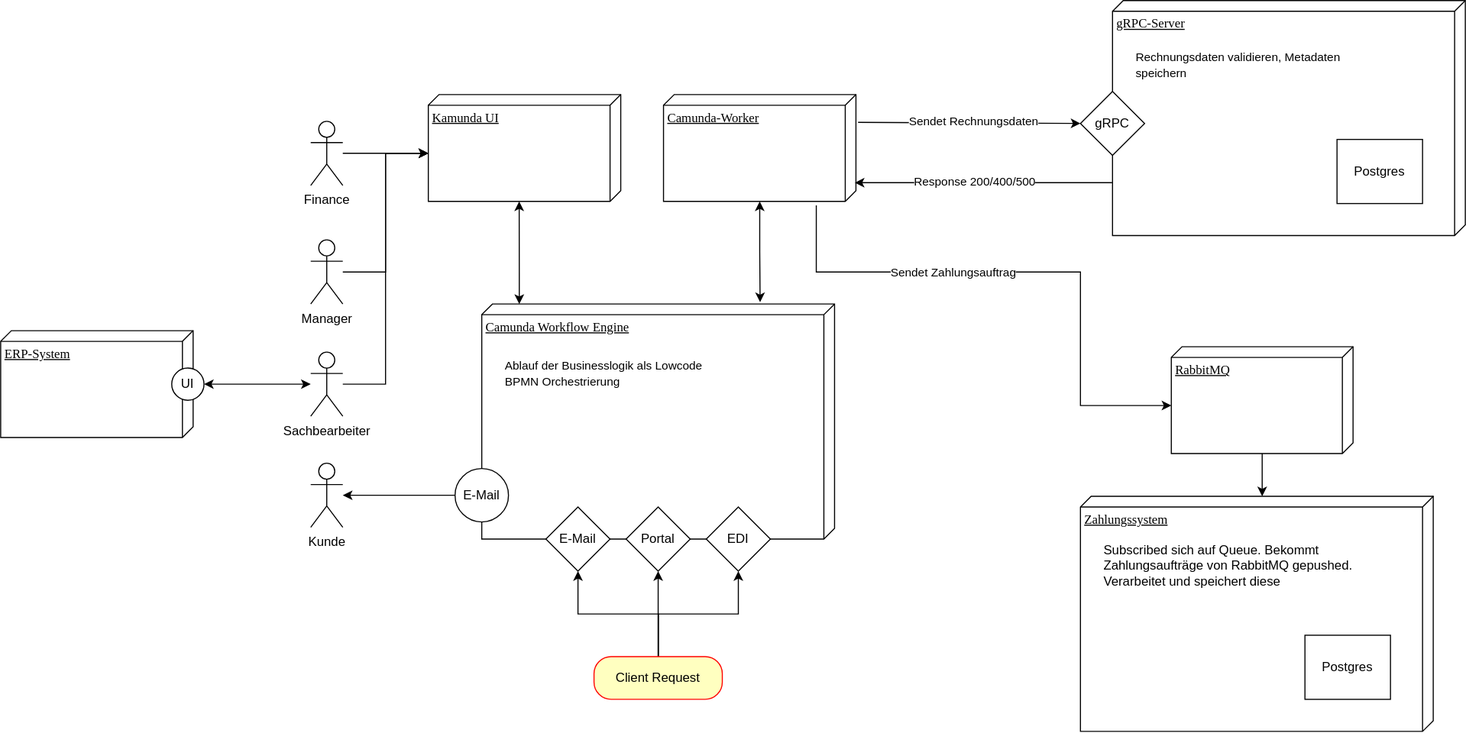
The draw.io diagram DVG-Orchestrierung.drawio.svg in jonahdoll/rechnungsbearbeitung, before a commit. Source tidied: cells renumbered, new cells last; positions are measured from the earlier drawing's top-left corner, leaving out a move shared by most shapes.
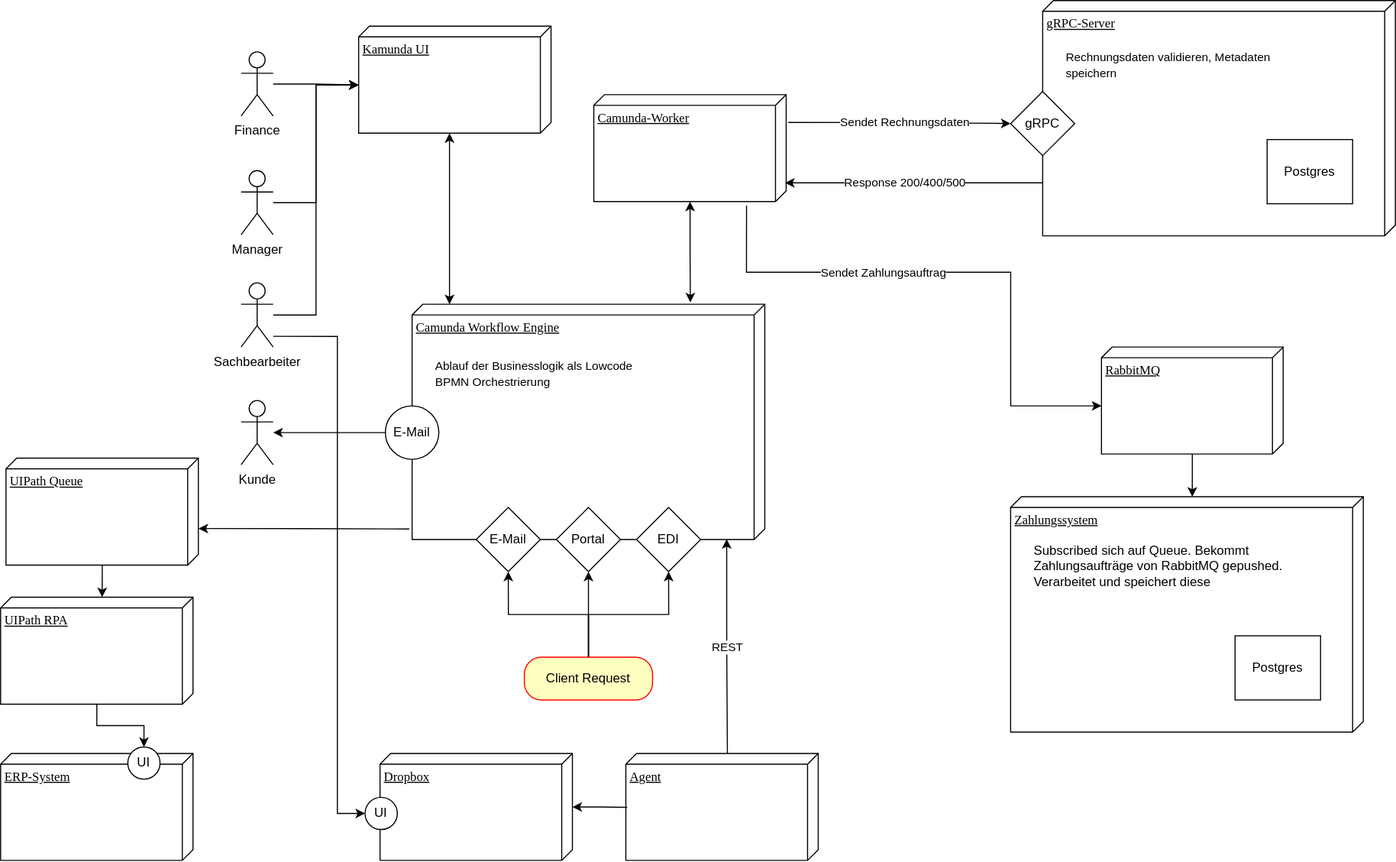
The same diagram one commit later.

What changed in the source:
```diff
@@ -51,7 +51,7 @@
       <mxGeometry x="210" y="190" width="60" height="60" as="geometry" />
     </mxCell>
     <mxCell id="18" value="E-Mail" style="ellipse;whiteSpace=wrap;html=1;" parent="12" vertex="1">
-      <mxGeometry x="-25" y="154" width="50" height="50" as="geometry" />
+      <mxGeometry x="-25" y="95" width="50" height="50" as="geometry" />
     </mxCell>
     <mxCell id="19" style="edgeStyle=orthogonalEdgeStyle;rounded=0;jettySize=auto;html=1;entryX=0.5;entryY=1;entryDx=0;entryDy=0;fillColor=light-dark(transparent,#99FF33);strokeColor=light-dark(#000000,#99FF33);" parent="1" edge="1" source="22" target="16">
       <mxGeometry relative="1" as="geometry" />
@@ -79,12 +79,12 @@
       <mxGeometry relative="1" as="geometry" />
     </mxCell>
     <mxCell id="26" value="Kunde" style="shape=umlActor;verticalLabelPosition=bottom;verticalAlign=top;html=1;outlineConnect=0;" parent="1" vertex="1">
-      <mxGeometry x="290" y="433" width="30" height="60" as="geometry" />
+      <mxGeometry x="290" y="374" width="30" height="60" as="geometry" />
     </mxCell>
     <mxCell id="27" style="edgeStyle=orthogonalEdgeStyle;rounded=0;jettySize=auto;html=1;exitX=0;exitY=0.5;exitDx=0;exitDy=0;" parent="1" edge="1" source="18" target="26">
       <mxGeometry relative="1" as="geometry" />
     </mxCell>
-    <mxCell id="28" style="edgeStyle=orthogonalEdgeStyle;rounded=0;jettySize=auto;html=1;entryX=0;entryY=0;entryDx=55;entryDy=170;entryPerimeter=0;exitX=1.037;exitY=0.206;exitDx=0;exitDy=0;exitPerimeter=0;" parent="1" edge="1" source="39" target="2">
+    <mxCell id="28" style="edgeStyle=orthogonalEdgeStyle;rounded=0;jettySize=auto;html=1;entryX=0;entryY=0;entryDx=55;entryDy=170;entryPerimeter=0;exitX=1.037;exitY=0.206;exitDx=0;exitDy=0;exitPerimeter=0;" parent="1" edge="1" source="38" target="2">
       <mxGeometry relative="1" as="geometry">
         <Array as="points">
           <mxPoint x="763" y="254" />
@@ -98,55 +98,94 @@
         <mxPoint x="-72" y="1" as="offset" />
       </mxGeometry>
     </mxCell>
-    <mxCell id="30" style="edgeStyle=orthogonalEdgeStyle;rounded=0;jettySize=auto;html=1;entryX=1;entryY=0.5;entryDx=0;entryDy=0;startArrow=classic;startFill=1;" parent="1" edge="1" source="31" target="44">
-      <mxGeometry relative="1" as="geometry" />
+    <mxCell id="30" value="Sachbearbeiter" style="shape=umlActor;verticalLabelPosition=bottom;verticalAlign=top;html=1;outlineConnect=0;" parent="1" vertex="1">
+      <mxGeometry x="290" y="264" width="30" height="60" as="geometry" />
     </mxCell>
-    <mxCell id="31" value="Sachbearbeiter" style="shape=umlActor;verticalLabelPosition=bottom;verticalAlign=top;html=1;outlineConnect=0;" parent="1" vertex="1">
-      <mxGeometry x="290" y="329" width="30" height="60" as="geometry" />
+    <mxCell id="31" value="Manager" style="shape=umlActor;verticalLabelPosition=bottom;verticalAlign=top;html=1;outlineConnect=0;" parent="1" vertex="1">
+      <mxGeometry x="290" y="159" width="30" height="60" as="geometry" />
     </mxCell>
-    <mxCell id="32" value="Manager" style="shape=umlActor;verticalLabelPosition=bottom;verticalAlign=top;html=1;outlineConnect=0;" parent="1" vertex="1">
-      <mxGeometry x="290" y="224" width="30" height="60" as="geometry" />
+    <mxCell id="32" value="Finance" style="shape=umlActor;verticalLabelPosition=bottom;verticalAlign=top;html=1;outlineConnect=0;" parent="1" vertex="1">
+      <mxGeometry x="290" y="48" width="30" height="60" as="geometry" />
     </mxCell>
-    <mxCell id="33" value="Finance" style="shape=umlActor;verticalLabelPosition=bottom;verticalAlign=top;html=1;outlineConnect=0;" parent="1" vertex="1">
-      <mxGeometry x="290" y="113" width="30" height="60" as="geometry" />
+    <mxCell id="33" value="Kamunda UI" style="verticalAlign=top;align=left;spacingTop=8;spacingLeft=2;spacingRight=12;shape=cube;size=10;direction=south;fontStyle=4;html=1;rounded=0;shadow=0;comic=0;labelBackgroundColor=none;strokeWidth=1;fontFamily=Verdana;fontSize=12;" parent="1" vertex="1">
+      <mxGeometry x="400" y="24" width="180" height="100" as="geometry" />
     </mxCell>
-    <mxCell id="34" value="Kamunda UI" style="verticalAlign=top;align=left;spacingTop=8;spacingLeft=2;spacingRight=12;shape=cube;size=10;direction=south;fontStyle=4;html=1;rounded=0;shadow=0;comic=0;labelBackgroundColor=none;strokeWidth=1;fontFamily=Verdana;fontSize=12;" parent="1" vertex="1">
-      <mxGeometry x="400" y="88" width="180" height="100" as="geometry" />
+    <mxCell id="34" style="edgeStyle=orthogonalEdgeStyle;rounded=0;jettySize=auto;html=1;entryX=0;entryY=0;entryDx=100;entryDy=95;entryPerimeter=0;startArrow=classic;startFill=1;" parent="1" edge="1" source="13" target="33">
+      <mxGeometry relative="1" as="geometry">
+        <Array as="points">
+          <mxPoint x="485" y="254" />
+          <mxPoint x="485" y="254" />
+        </Array>
+      </mxGeometry>
     </mxCell>
-    <mxCell id="35" style="edgeStyle=orthogonalEdgeStyle;rounded=0;jettySize=auto;html=1;entryX=0;entryY=0;entryDx=100;entryDy=95;entryPerimeter=0;startArrow=classic;startFill=1;" parent="1" edge="1" source="13" target="34">
-      <mxGeometry relative="1" as="geometry">
-        <Array as="points">
-          <mxPoint x="485" y="254" />
-          <mxPoint x="485" y="254" />
-        </Array>
-      </mxGeometry>
+    <mxCell id="35" style="edgeStyle=orthogonalEdgeStyle;rounded=0;jettySize=auto;html=1;entryX=0;entryY=0;entryDx=55;entryDy=180;entryPerimeter=0;" parent="1" edge="1" source="30" target="33">
+      <mxGeometry relative="1" as="geometry" />
     </mxCell>
-    <mxCell id="36" style="edgeStyle=orthogonalEdgeStyle;rounded=0;jettySize=auto;html=1;entryX=0;entryY=0;entryDx=55;entryDy=180;entryPerimeter=0;" parent="1" edge="1" source="31" target="34">
+    <mxCell id="36" style="edgeStyle=orthogonalEdgeStyle;rounded=0;jettySize=auto;html=1;entryX=0;entryY=0;entryDx=55;entryDy=180;entryPerimeter=0;" parent="1" edge="1" source="31" target="33">
       <mxGeometry relative="1" as="geometry" />
     </mxCell>
-    <mxCell id="37" style="edgeStyle=orthogonalEdgeStyle;rounded=0;jettySize=auto;html=1;entryX=0;entryY=0;entryDx=55;entryDy=180;entryPerimeter=0;" parent="1" edge="1" source="32" target="34">
+    <mxCell id="37" style="edgeStyle=orthogonalEdgeStyle;rounded=0;jettySize=auto;html=1;entryX=0;entryY=0;entryDx=55;entryDy=180;entryPerimeter=0;" parent="1" edge="1" source="32" target="33">
       <mxGeometry relative="1" as="geometry" />
     </mxCell>
-    <mxCell id="38" style="edgeStyle=orthogonalEdgeStyle;rounded=0;jettySize=auto;html=1;entryX=0;entryY=0;entryDx=55;entryDy=180;entryPerimeter=0;" parent="1" edge="1" source="33" target="34">
-      <mxGeometry relative="1" as="geometry" />
+    <mxCell id="38" value="Camunda-Worker" style="verticalAlign=top;align=left;spacingTop=8;spacingLeft=2;spacingRight=12;shape=cube;size=10;direction=south;fontStyle=4;html=1;rounded=0;shadow=0;comic=0;labelBackgroundColor=none;strokeWidth=1;fontFamily=Verdana;fontSize=12;" parent="1" vertex="1">
+      <mxGeometry x="620" y="88" width="180" height="100" as="geometry" />
     </mxCell>
-    <mxCell id="39" value="Camunda-Worker" style="verticalAlign=top;align=left;spacingTop=8;spacingLeft=2;spacingRight=12;shape=cube;size=10;direction=south;fontStyle=4;html=1;rounded=0;shadow=0;comic=0;labelBackgroundColor=none;strokeWidth=1;fontFamily=Verdana;fontSize=12;" parent="1" vertex="1">
-      <mxGeometry x="620" y="88" width="180" height="100" as="geometry" />
+    <mxCell id="39" style="edgeStyle=orthogonalEdgeStyle;rounded=0;jettySize=auto;html=1;entryX=0.825;entryY=0.006;entryDx=0;entryDy=0;entryPerimeter=0;exitX=0.775;exitY=1.001;exitDx=0;exitDy=0;exitPerimeter=0;" parent="1" edge="1" source="8" target="38">
+      <mxGeometry relative="1" as="geometry" />
     </mxCell>
-    <mxCell id="40" style="edgeStyle=orthogonalEdgeStyle;rounded=0;jettySize=auto;html=1;entryX=0.825;entryY=0.006;entryDx=0;entryDy=0;entryPerimeter=0;exitX=0.775;exitY=1.001;exitDx=0;exitDy=0;exitPerimeter=0;" parent="1" edge="1" source="8" target="39">
-      <mxGeometry relative="1" as="geometry" />
+    <mxCell id="40" value="Response 200/400/500" style="edgeLabel;html=1;align=center;verticalAlign=middle;" parent="39" vertex="1">
+      <mxGeometry x="0.08" y="-1" relative="1" as="geometry" />
     </mxCell>
-    <mxCell id="41" value="Response 200/400/500" style="edgeLabel;html=1;align=center;verticalAlign=middle;" parent="40" vertex="1">
-      <mxGeometry x="0.08" y="-1" relative="1" as="geometry" />
+    <mxCell id="41" style="edgeStyle=orthogonalEdgeStyle;rounded=0;jettySize=auto;html=1;entryX=-0.008;entryY=0.211;entryDx=0;entryDy=0;entryPerimeter=0;startArrow=classic;startFill=1;" parent="1" edge="1" source="38" target="13">
+      <mxGeometry relative="1" as="geometry" />
     </mxCell>
-    <mxCell id="42" style="edgeStyle=orthogonalEdgeStyle;rounded=0;jettySize=auto;html=1;entryX=-0.008;entryY=0.211;entryDx=0;entryDy=0;entryPerimeter=0;startArrow=classic;startFill=1;" parent="1" edge="1" source="39" target="13">
-      <mxGeometry relative="1" as="geometry" />
+    <mxCell id="42" value="ERP-System" style="verticalAlign=top;align=left;spacingTop=8;spacingLeft=2;spacingRight=12;shape=cube;size=10;direction=south;fontStyle=4;html=1;rounded=0;shadow=0;comic=0;labelBackgroundColor=none;strokeWidth=1;fontFamily=Verdana;fontSize=12;" parent="1" vertex="1">
+      <mxGeometry x="65" y="704" width="180" height="100" as="geometry" />
     </mxCell>
-    <mxCell id="43" value="ERP-System" style="verticalAlign=top;align=left;spacingTop=8;spacingLeft=2;spacingRight=12;shape=cube;size=10;direction=south;fontStyle=4;html=1;rounded=0;shadow=0;comic=0;labelBackgroundColor=none;strokeWidth=1;fontFamily=Verdana;fontSize=12;" parent="1" vertex="1">
-      <mxGeometry y="309" width="180" height="100" as="geometry" />
+    <mxCell id="43" value="Agent" style="verticalAlign=top;align=left;spacingTop=8;spacingLeft=2;spacingRight=12;shape=cube;size=10;direction=south;fontStyle=4;html=1;rounded=0;shadow=0;comic=0;labelBackgroundColor=none;strokeWidth=1;fontFamily=Verdana;fontSize=12;" parent="1" vertex="1">
+      <mxGeometry x="650" y="704" width="180" height="100" as="geometry" />
     </mxCell>
-    <mxCell id="44" value="UI" style="ellipse;whiteSpace=wrap;html=1;" parent="1" vertex="1">
-      <mxGeometry x="160" y="343.9" width="30.2" height="30.2" as="geometry" />
+    <mxCell id="44" style="edgeStyle=orthogonalEdgeStyle;rounded=0;jettySize=auto;html=1;entryX=0;entryY=0;entryDx=0;entryDy=85;entryPerimeter=0;exitX=0.998;exitY=0.108;exitDx=0;exitDy=0;exitPerimeter=0;startArrow=classic;startFill=1;endArrow=none;endFill=0;" parent="1" edge="1" source="13" target="43">
+      <mxGeometry relative="1" as="geometry" />
     </mxCell>
+    <mxCell id="45" value="REST" style="edgeLabel;html=1;align=center;verticalAlign=middle;" parent="44" vertex="1">
+      <mxGeometry relative="1" as="geometry" />
+    </mxCell>
+    <mxCell id="46" value="Dropbox" style="verticalAlign=top;align=left;spacingTop=8;spacingLeft=2;spacingRight=12;shape=cube;size=10;direction=south;fontStyle=4;html=1;rounded=0;shadow=0;comic=0;labelBackgroundColor=none;strokeWidth=1;fontFamily=Verdana;fontSize=12;" parent="1" vertex="1">
+      <mxGeometry x="420" y="704" width="180" height="100" as="geometry" />
+    </mxCell>
+    <mxCell id="47" style="edgeStyle=orthogonalEdgeStyle;rounded=0;jettySize=auto;html=1;" parent="1" edge="1" source="48" target="55">
+      <mxGeometry relative="1" as="geometry" />
+    </mxCell>
+    <mxCell id="48" value="UIPath RPA" style="verticalAlign=top;align=left;spacingTop=8;spacingLeft=2;spacingRight=12;shape=cube;size=10;direction=south;fontStyle=4;html=1;rounded=0;shadow=0;comic=0;labelBackgroundColor=none;strokeWidth=1;fontFamily=Verdana;fontSize=12;" parent="1" vertex="1">
+      <mxGeometry x="65" y="557.9" width="180" height="100" as="geometry" />
+    </mxCell>
+    <mxCell id="49" value="UIPath Queue" style="verticalAlign=top;align=left;spacingTop=8;spacingLeft=2;spacingRight=12;shape=cube;size=10;direction=south;fontStyle=4;html=1;rounded=0;shadow=0;comic=0;labelBackgroundColor=none;strokeWidth=1;fontFamily=Verdana;fontSize=12;" parent="1" vertex="1">
+      <mxGeometry x="70" y="427.9" width="180" height="100" as="geometry" />
+    </mxCell>
+    <mxCell id="50" style="edgeStyle=orthogonalEdgeStyle;rounded=0;jettySize=auto;html=1;entryX=0.955;entryY=1.008;entryDx=0;entryDy=0;entryPerimeter=0;startArrow=classic;startFill=1;endArrow=none;endFill=0;exitX=0.658;exitY=-0.001;exitDx=0;exitDy=0;exitPerimeter=0;" parent="1" edge="1" source="49" target="13">
+      <mxGeometry relative="1" as="geometry" />
+    </mxCell>
+    <mxCell id="51" style="edgeStyle=orthogonalEdgeStyle;rounded=0;jettySize=auto;html=1;entryX=0.504;entryY=0.993;entryDx=0;entryDy=0;entryPerimeter=0;startArrow=classic;startFill=1;endArrow=none;endFill=0;" parent="1" edge="1" source="46" target="43">
+      <mxGeometry relative="1" as="geometry" />
+    </mxCell>
+    <mxCell id="52" style="edgeStyle=orthogonalEdgeStyle;rounded=0;jettySize=auto;html=1;entryX=0;entryY=0.5;entryDx=0;entryDy=0;" parent="1" edge="1" target="53">
+      <mxGeometry relative="1" as="geometry">
+        <mxPoint x="320" y="314" as="sourcePoint" />
+        <Array as="points">
+          <mxPoint x="380" y="314" />
+          <mxPoint x="380" y="760" />
+        </Array>
+      </mxGeometry>
+    </mxCell>
+    <mxCell id="53" value="UI" style="ellipse;whiteSpace=wrap;html=1;" parent="1" vertex="1">
+      <mxGeometry x="406" y="745" width="30.2" height="30.2" as="geometry" />
+    </mxCell>
+    <mxCell id="54" style="edgeStyle=orthogonalEdgeStyle;rounded=0;jettySize=auto;html=1;entryX=0;entryY=0;entryDx=0;entryDy=85;entryPerimeter=0;" parent="1" edge="1" source="49" target="48">
+      <mxGeometry relative="1" as="geometry" />
+    </mxCell>
+    <mxCell id="55" value="UI" style="ellipse;whiteSpace=wrap;html=1;" parent="1" vertex="1">
+      <mxGeometry x="184" y="697.9" width="30.2" height="30.2" as="geometry" />
+    </mxCell>
   </root>
 </mxGraphModel>
```
